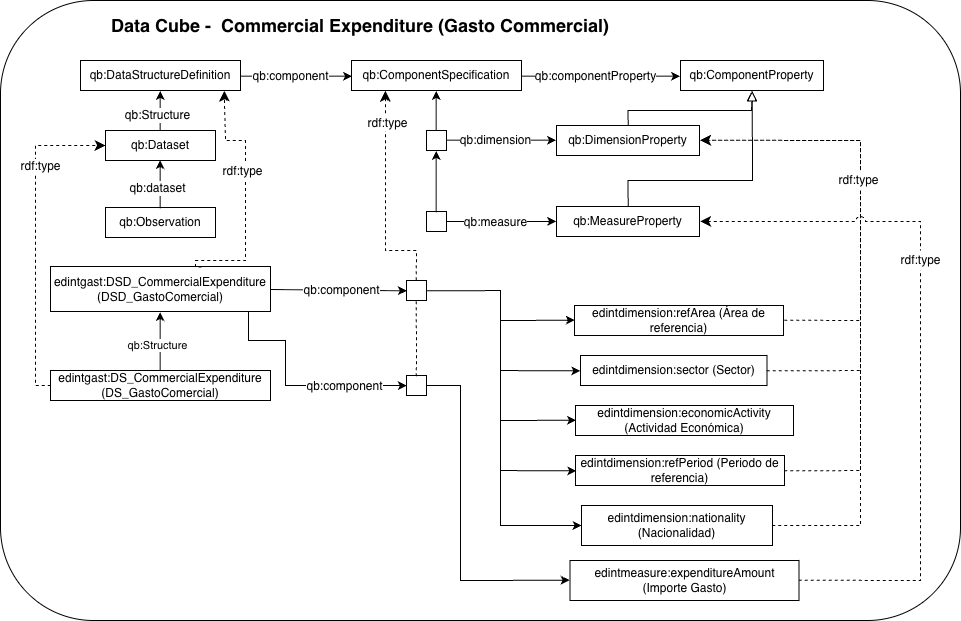
oeg-upm/edint-cubo-gasto-comercial keeps this draw.io diagram as diagrams/diagram.png. Above is the earlier version. Source tidied: cells renumbered, new cells last; positions are measured from the earlier drawing's top-left corner, leaving out a move shared by most shapes.
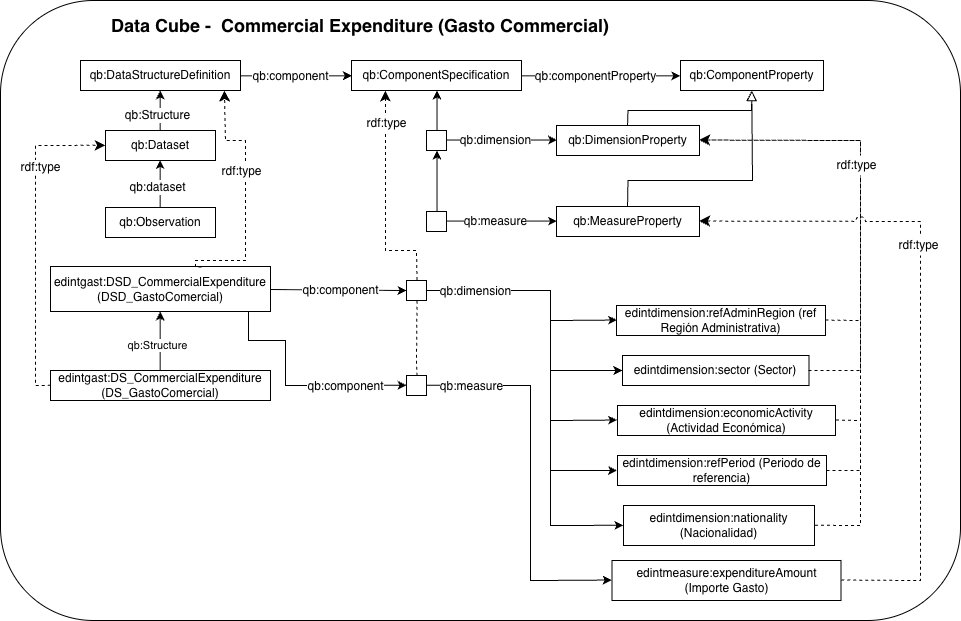
Later version of the same file.

The edit, as a diff of the source:
```diff
@@ -16,16 +16,16 @@
     <mxCell id="4" style="endArrow=classic;html=1;rounded=0;edgeStyle=orthogonalEdgeStyle;" parent="1" edge="1" source="40" target="60">
       <mxGeometry relative="1" as="geometry">
         <Array as="points">
-          <mxPoint x="500" y="290" />
-          <mxPoint x="500" y="420" />
+          <mxPoint x="550" y="290" />
+          <mxPoint x="550" y="420" />
         </Array>
       </mxGeometry>
     </mxCell>
     <mxCell id="5" style="endArrow=classic;html=1;rounded=0;edgeStyle=orthogonalEdgeStyle;" parent="1" edge="1" source="40" target="59">
       <mxGeometry relative="1" as="geometry">
         <Array as="points">
-          <mxPoint x="500" y="290" />
-          <mxPoint x="500" y="370" />
+          <mxPoint x="550" y="290" />
+          <mxPoint x="550" y="370" />
         </Array>
       </mxGeometry>
     </mxCell>
@@ -48,24 +48,24 @@
     <mxCell id="8" style="endArrow=classic;html=1;rounded=0;edgeStyle=orthogonalEdgeStyle;" parent="1" edge="1" source="40" target="49">
       <mxGeometry relative="1" as="geometry">
         <Array as="points">
-          <mxPoint x="500" y="290" />
-          <mxPoint x="500" y="525" />
+          <mxPoint x="550" y="290" />
+          <mxPoint x="550" y="525" />
         </Array>
       </mxGeometry>
     </mxCell>
     <mxCell id="9" style="endArrow=classic;html=1;rounded=0;edgeStyle=orthogonalEdgeStyle;" parent="1" edge="1" source="40" target="48">
       <mxGeometry relative="1" as="geometry">
         <Array as="points">
-          <mxPoint x="500" y="290" />
-          <mxPoint x="500" y="470" />
+          <mxPoint x="550" y="290" />
+          <mxPoint x="550" y="470" />
         </Array>
       </mxGeometry>
     </mxCell>
     <mxCell id="10" style="endArrow=classic;html=1;rounded=0;edgeStyle=orthogonalEdgeStyle;" parent="1" edge="1" source="40" target="47">
       <mxGeometry relative="1" as="geometry">
         <Array as="points">
-          <mxPoint x="500" y="290" />
-          <mxPoint x="500" y="320" />
+          <mxPoint x="550" y="290" />
+          <mxPoint x="550" y="320" />
         </Array>
       </mxGeometry>
     </mxCell>
@@ -211,14 +211,14 @@
     <mxCell id="46" value="&lt;div&gt;&lt;font style=&quot;font-size: 18px;&quot;&gt;Data Cube -&amp;nbsp; Commercial Expenditure (Gasto Commercial)&lt;/font&gt;&lt;/div&gt;" style="text;html=1;whiteSpace=wrap;strokeColor=none;fillColor=none;align=center;verticalAlign=middle;rounded=0;fontStyle=1;fontSize=12;" parent="1" vertex="1">
       <mxGeometry x="90" y="10" width="540" height="30" as="geometry" />
     </mxCell>
-    <mxCell id="47" value="edintdimension:refArea (Área de referencia)" style="rounded=0;whiteSpace=wrap;html=1;snapToPoint=1;points=[[0.1,0],[0.2,0],[0.3,0],[0.4,0],[0.5,0],[0.6,0],[0.7,0],[0.8,0],[0.9,0],[0,0.1],[0,0.3],[0,0.5],[0,0.7],[0,0.9],[0.1,1],[0.2,1],[0.3,1],[0.4,1],[0.5,1],[0.6,1],[0.7,1],[0.8,1],[0.9,1],[1,0.1],[1,0.3],[1,0.5],[1,0.7],[1,0.9]];" parent="1" vertex="1">
-      <mxGeometry x="574" y="305" width="209" height="30" as="geometry" />
+    <mxCell id="47" value="edintdimension:refAdminRegion (ref Región Administrativa)" style="rounded=0;whiteSpace=wrap;html=1;snapToPoint=1;points=[[0.1,0],[0.2,0],[0.3,0],[0.4,0],[0.5,0],[0.6,0],[0.7,0],[0.8,0],[0.9,0],[0,0.1],[0,0.3],[0,0.5],[0,0.7],[0,0.9],[0.1,1],[0.2,1],[0.3,1],[0.4,1],[0.5,1],[0.6,1],[0.7,1],[0.8,1],[0.9,1],[1,0.1],[1,0.3],[1,0.5],[1,0.7],[1,0.9]];" parent="1" vertex="1">
+      <mxGeometry x="616" y="305" width="209" height="30" as="geometry" />
     </mxCell>
     <mxCell id="48" value="edintdimension:refPeriod (Periodo de referencia)" style="rounded=0;whiteSpace=wrap;html=1;snapToPoint=1;points=[[0.1,0],[0.2,0],[0.3,0],[0.4,0],[0.5,0],[0.6,0],[0.7,0],[0.8,0],[0.9,0],[0,0.1],[0,0.3],[0,0.5],[0,0.7],[0,0.9],[0.1,1],[0.2,1],[0.3,1],[0.4,1],[0.5,1],[0.6,1],[0.7,1],[0.8,1],[0.9,1],[1,0.1],[1,0.3],[1,0.5],[1,0.7],[1,0.9]];" parent="1" vertex="1">
-      <mxGeometry x="575" y="455" width="209" height="30" as="geometry" />
+      <mxGeometry x="617" y="455" width="209" height="30" as="geometry" />
     </mxCell>
     <mxCell id="49" value="edintdimension:nationality (Nacionalidad)" style="rounded=0;whiteSpace=wrap;html=1;snapToPoint=1;points=[[0.1,0],[0.2,0],[0.3,0],[0.4,0],[0.5,0],[0.6,0],[0.7,0],[0.8,0],[0.9,0],[0,0.1],[0,0.3],[0,0.5],[0,0.7],[0,0.9],[0.1,1],[0.2,1],[0.3,1],[0.4,1],[0.5,1],[0.6,1],[0.7,1],[0.8,1],[0.9,1],[1,0.1],[1,0.3],[1,0.5],[1,0.7],[1,0.9]];" parent="1" vertex="1">
-      <mxGeometry x="581" y="505" width="191" height="40" as="geometry" />
+      <mxGeometry x="623" y="505" width="191" height="40" as="geometry" />
     </mxCell>
     <mxCell id="50" style="endArrow=classic;html=1;endSize=8;arcSize=0;rounded=0;dashed=1;edgeStyle=orthogonalEdgeStyle;" parent="1" edge="1" source="37" target="12">
       <mxGeometry relative="1" as="geometry">
@@ -270,21 +270,21 @@
       </mxGeometry>
     </mxCell>
     <mxCell id="57" value="edintmeasure:expenditureAmount&lt;div&gt;(Importe Gasto)&lt;/div&gt;" style="rounded=0;whiteSpace=wrap;html=1;snapToPoint=1;points=[[0.1,0],[0.2,0],[0.3,0],[0.4,0],[0.5,0],[0.6,0],[0.7,0],[0.8,0],[0.9,0],[0,0.1],[0,0.3],[0,0.5],[0,0.7],[0,0.9],[0.1,1],[0.2,1],[0.3,1],[0.4,1],[0.5,1],[0.6,1],[0.7,1],[0.8,1],[0.9,1],[1,0.1],[1,0.3],[1,0.5],[1,0.7],[1,0.9]];" parent="1" vertex="1">
-      <mxGeometry x="569.5" y="560" width="229" height="40" as="geometry" />
+      <mxGeometry x="611.5" y="560" width="229" height="40" as="geometry" />
     </mxCell>
     <mxCell id="58" style="endArrow=classic;html=1;rounded=0;edgeStyle=orthogonalEdgeStyle;" parent="1" edge="1" source="41" target="57">
       <mxGeometry relative="1" as="geometry">
         <Array as="points">
-          <mxPoint x="460" y="385" />
-          <mxPoint x="460" y="580" />
+          <mxPoint x="530" y="385" />
+          <mxPoint x="530" y="580" />
         </Array>
       </mxGeometry>
     </mxCell>
     <mxCell id="59" value="edintdimension:sector (Sector)" style="rounded=0;whiteSpace=wrap;html=1;snapToPoint=1;points=[[0.1,0],[0.2,0],[0.3,0],[0.4,0],[0.5,0],[0.6,0],[0.7,0],[0.8,0],[0.9,0],[0,0.1],[0,0.3],[0,0.5],[0,0.7],[0,0.9],[0.1,1],[0.2,1],[0.3,1],[0.4,1],[0.5,1],[0.6,1],[0.7,1],[0.8,1],[0.9,1],[1,0.1],[1,0.3],[1,0.5],[1,0.7],[1,0.9]];" parent="1" vertex="1">
-      <mxGeometry x="580" y="355" width="186.5" height="30" as="geometry" />
+      <mxGeometry x="622" y="355" width="186.5" height="30" as="geometry" />
     </mxCell>
     <mxCell id="60" value="edintdimension:economicActivity&lt;div&gt;(Actividad Económica)&lt;/div&gt;" style="rounded=0;whiteSpace=wrap;html=1;snapToPoint=1;points=[[0.1,0],[0.2,0],[0.3,0],[0.4,0],[0.5,0],[0.6,0],[0.7,0],[0.8,0],[0.9,0],[0,0.1],[0,0.3],[0,0.5],[0,0.7],[0,0.9],[0.1,1],[0.2,1],[0.3,1],[0.4,1],[0.5,1],[0.6,1],[0.7,1],[0.8,1],[0.9,1],[1,0.1],[1,0.3],[1,0.5],[1,0.7],[1,0.9]];" parent="1" vertex="1">
-      <mxGeometry x="575" y="405" width="218" height="30" as="geometry" />
+      <mxGeometry x="617" y="405" width="218" height="30" as="geometry" />
     </mxCell>
     <mxCell id="61" style="endArrow=classic;html=1;endSize=8;arcSize=0;rounded=0;dashed=1;edgeStyle=orthogonalEdgeStyle;" parent="1" edge="1" source="48" target="16">
       <mxGeometry relative="1" as="geometry">
@@ -302,11 +302,25 @@
         </Array>
       </mxGeometry>
     </mxCell>
-    <mxCell id="63" value="rdf:type" style="text;html=1;whiteSpace=wrap;strokeColor=none;fillColor=#FFFFFF;align=center;verticalAlign=middle;rounded=0;" parent="1" vertex="1">
-      <mxGeometry x="832" y="170" width="53" height="20" as="geometry" />
+    <mxCell id="63" style="endArrow=classic;html=1;endSize=8;arcSize=0;rounded=0;dashed=1;edgeStyle=orthogonalEdgeStyle;" parent="1" edge="1" source="60" target="16">
+      <mxGeometry relative="1" as="geometry">
+        <Array as="points">
+          <mxPoint x="860" y="420" />
+          <mxPoint x="860" y="140" />
+        </Array>
+      </mxGeometry>
     </mxCell>
     <mxCell id="64" value="rdf:type" style="text;html=1;whiteSpace=wrap;strokeColor=none;fillColor=#FFFFFF;align=center;verticalAlign=middle;rounded=0;" parent="1" vertex="1">
-      <mxGeometry x="894" y="250" width="53" height="20" as="geometry" />
+      <mxGeometry x="830" y="155" width="53" height="20" as="geometry" />
     </mxCell>
+    <mxCell id="65" value="rdf:type" style="text;html=1;whiteSpace=wrap;strokeColor=none;fillColor=#FFFFFF;align=center;verticalAlign=middle;rounded=0;" parent="1" vertex="1">
+      <mxGeometry x="892" y="235" width="53" height="20" as="geometry" />
+    </mxCell>
+    <mxCell id="66" value="&lt;font style=&quot;font-size: 12px;&quot;&gt;qb:dimension&lt;/font&gt;" style="edgeLabel;html=1;align=center;verticalAlign=middle;" parent="1" vertex="1">
+      <mxGeometry x="474" y="290" as="geometry" />
+    </mxCell>
+    <mxCell id="67" value="&lt;font style=&quot;font-size: 12px;&quot;&gt;qb:measure&lt;/font&gt;" style="edgeLabel;html=1;align=center;verticalAlign=middle;" parent="1" vertex="1">
+      <mxGeometry x="470" y="385" as="geometry" />
+    </mxCell>
   </root>
 </mxGraphModel>
```
